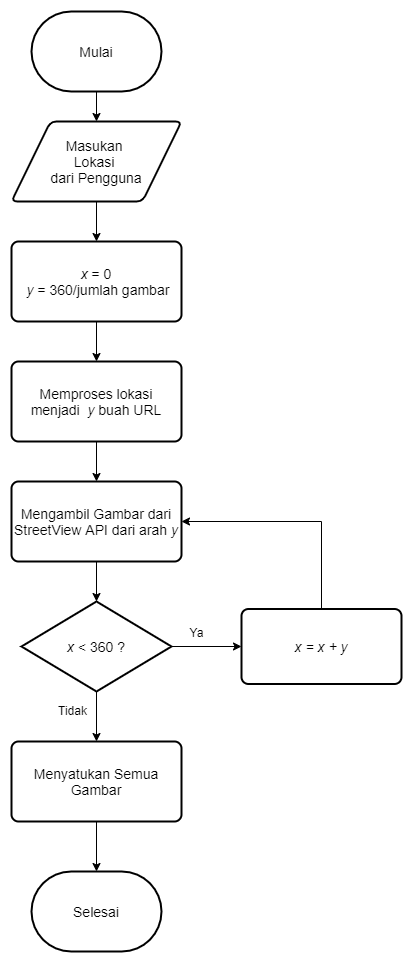
richardwijaya/Skripsi keeps this draw.io diagram as doc/DokumenSkripsi/Gambar/streetview-flowchart.png. Above is the earlier version. Source tidied: cells renumbered, new cells last; positions are measured from the earlier drawing's top-left corner, leaving out a move shared by most shapes.
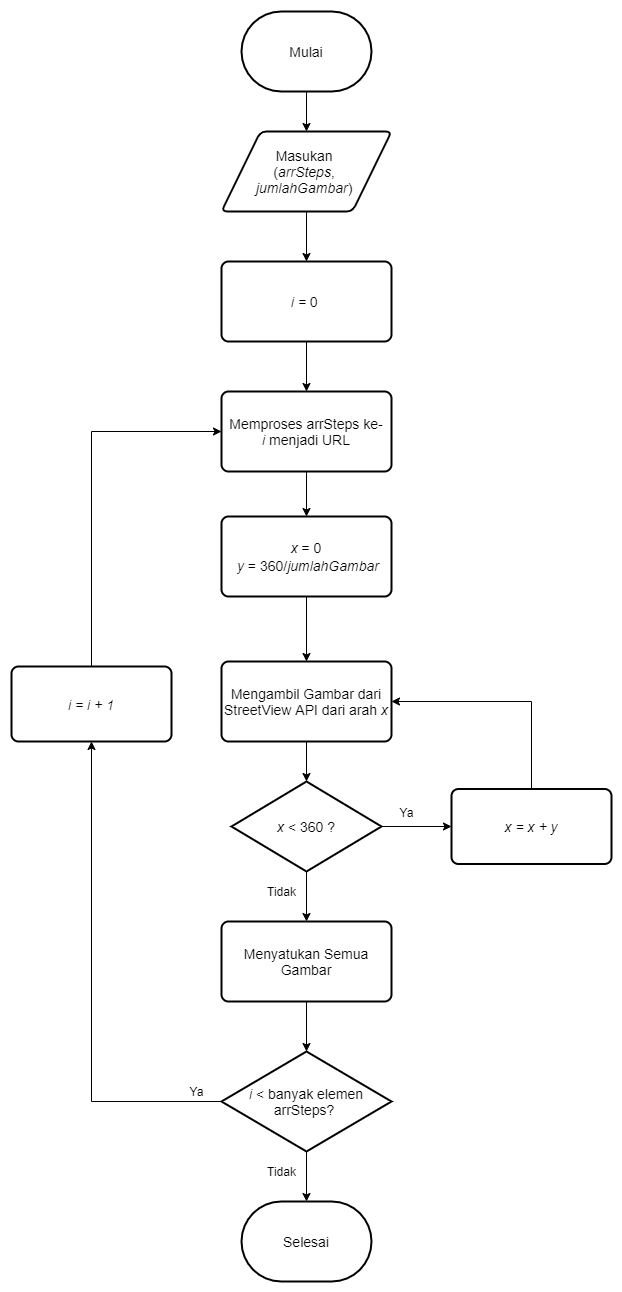
Later version of the same file.

The edit, as a diff of the source:
```diff
@@ -2,69 +2,100 @@
   <root>
     <mxCell id="0" />
     <mxCell id="1" parent="0" />
+    <mxCell id="3" style="edgeStyle=orthogonalEdgeStyle;rounded=0;jettySize=auto;html=1;entryX=0;entryY=0.5;entryDx=0;entryDy=0;" parent="1" edge="1" source="4" target="18">
+      <mxGeometry relative="1" as="geometry" />
+    </mxCell>
     <mxCell id="2" style="edgeStyle=orthogonalEdgeStyle;rounded=0;jettySize=auto;html=1;entryX=0.5;entryY=0;entryDx=0;entryDy=0;" parent="1" edge="1" source="4" target="12">
       <mxGeometry relative="1" as="geometry" />
     </mxCell>
-    <mxCell id="3" style="edgeStyle=orthogonalEdgeStyle;rounded=0;jettySize=auto;html=1;entryX=0;entryY=0.5;entryDx=0;entryDy=0;" parent="1" edge="1" source="4" target="18">
-      <mxGeometry relative="1" as="geometry" />
-    </mxCell>
     <mxCell id="4" value="&lt;font style=&quot;font-size: 14px&quot;&gt;&lt;i&gt;x&lt;/i&gt; &amp;lt; 360 ?&lt;/font&gt;" style="strokeWidth=2;html=1;shape=mxgraph.flowchart.decision;whiteSpace=wrap;" parent="1" vertex="1">
-      <mxGeometry x="10" y="590" width="150" height="90" as="geometry" />
+      <mxGeometry x="10" y="760" width="150" height="90" as="geometry" />
     </mxCell>
     <mxCell id="5" style="edgeStyle=orthogonalEdgeStyle;rounded=0;jettySize=auto;html=1;entryX=0.5;entryY=0;entryDx=0;entryDy=0;" parent="1" edge="1" source="6" target="10">
       <mxGeometry relative="1" as="geometry" />
     </mxCell>
     <mxCell id="6" value="&lt;font style=&quot;font-size: 14px&quot;&gt;Mulai&lt;/font&gt;" style="strokeWidth=2;html=1;shape=mxgraph.flowchart.terminator;whiteSpace=wrap;" parent="1" vertex="1">
-      <mxGeometry x="20" width="130" height="80" as="geometry" />
+      <mxGeometry x="20" y="-10" width="130" height="80" as="geometry" />
     </mxCell>
-    <mxCell id="7" style="edgeStyle=orthogonalEdgeStyle;rounded=0;jettySize=auto;html=1;entryX=0.5;entryY=0;entryDx=0;entryDy=0;" parent="1" edge="1" source="8" target="16">
+    <mxCell id="7" style="edgeStyle=orthogonalEdgeStyle;rounded=0;jettySize=auto;html=1;entryX=0.5;entryY=0;entryDx=0;entryDy=0;" parent="1" edge="1" source="8" target="27">
       <mxGeometry relative="1" as="geometry" />
     </mxCell>
-    <mxCell id="8" value="&lt;font style=&quot;font-size: 14px&quot;&gt;&lt;i&gt;x&lt;/i&gt; = 0&lt;br&gt;&amp;nbsp;&lt;i&gt;y&lt;/i&gt; = 360/jumlah gambar&lt;/font&gt;" style="rounded=1;whiteSpace=wrap;html=1;absoluteArcSize=1;arcSize=14;strokeWidth=2;" parent="1" vertex="1">
-      <mxGeometry y="230" width="170" height="80" as="geometry" />
+    <mxCell id="8" value="&lt;font style=&quot;font-size: 14px&quot;&gt;&lt;i&gt;i&amp;nbsp;= &lt;/i&gt;0&amp;nbsp;&lt;br&gt;&lt;/font&gt;" style="rounded=1;whiteSpace=wrap;html=1;absoluteArcSize=1;arcSize=14;strokeWidth=2;" parent="1" vertex="1">
+      <mxGeometry y="240" width="170" height="80" as="geometry" />
     </mxCell>
     <mxCell id="9" style="edgeStyle=orthogonalEdgeStyle;rounded=0;jettySize=auto;html=1;" parent="1" edge="1" source="10" target="8">
       <mxGeometry relative="1" as="geometry" />
     </mxCell>
-    <mxCell id="10" value="&lt;font style=&quot;font-size: 14px&quot;&gt;Masukan &lt;br&gt;Lokasi &lt;br&gt;dari Pengguna&lt;br&gt;&lt;/font&gt;" style="shape=parallelogram;html=1;strokeWidth=2;perimeter=parallelogramPerimeter;whiteSpace=wrap;rounded=1;arcSize=12;size=0.23;" parent="1" vertex="1">
+    <mxCell id="10" value="&lt;font style=&quot;font-size: 14px&quot;&gt;Masukan &lt;br&gt;(&lt;i&gt;arrSteps&lt;/i&gt;, &lt;br&gt;&lt;i&gt;jumlahGambar&lt;/i&gt;)&amp;nbsp;&lt;br&gt;&lt;/font&gt;" style="shape=parallelogram;html=1;strokeWidth=2;perimeter=parallelogramPerimeter;whiteSpace=wrap;rounded=1;arcSize=12;size=0.23;" parent="1" vertex="1">
       <mxGeometry y="110" width="170" height="80" as="geometry" />
     </mxCell>
-    <mxCell id="11" style="edgeStyle=orthogonalEdgeStyle;rounded=0;jettySize=auto;html=1;entryX=0.5;entryY=0;entryDx=0;entryDy=0;entryPerimeter=0;" parent="1" edge="1" source="12" target="21">
-      <mxGeometry relative="1" as="geometry" />
-    </mxCell>
+    <mxCell id="22" style="edgeStyle=orthogonalEdgeStyle;rounded=0;jettySize=auto;html=1;entryX=0.5;entryY=0;entryDx=0;entryDy=0;entryPerimeter=0;" parent="1" edge="1" source="12" target="25">
+      <mxGeometry relative="1" as="geometry" />
+    </mxCell>
     <mxCell id="12" value="&lt;font style=&quot;font-size: 14px&quot;&gt;Menyatukan Semua Gambar&lt;/font&gt;" style="rounded=1;whiteSpace=wrap;html=1;absoluteArcSize=1;arcSize=14;strokeWidth=2;" parent="1" vertex="1">
-      <mxGeometry y="730" width="170" height="80" as="geometry" />
+      <mxGeometry y="900" width="170" height="80" as="geometry" />
     </mxCell>
     <mxCell id="13" style="edgeStyle=orthogonalEdgeStyle;rounded=0;jettySize=auto;html=1;entryX=0.5;entryY=0;entryDx=0;entryDy=0;entryPerimeter=0;" parent="1" edge="1" source="14" target="4">
       <mxGeometry relative="1" as="geometry" />
     </mxCell>
-    <mxCell id="14" value="&lt;font style=&quot;font-size: 14px&quot;&gt;Mengambil Gambar dari StreetView API dari arah &lt;i&gt;y&lt;/i&gt;&lt;/font&gt;" style="rounded=1;whiteSpace=wrap;html=1;absoluteArcSize=1;arcSize=14;strokeWidth=2;" parent="1" vertex="1">
-      <mxGeometry y="470" width="170" height="80" as="geometry" />
+    <mxCell id="14" value="&lt;font style=&quot;font-size: 14px&quot;&gt;Mengambil Gambar dari StreetView API dari arah &lt;i&gt;x&lt;/i&gt;&lt;/font&gt;" style="rounded=1;whiteSpace=wrap;html=1;absoluteArcSize=1;arcSize=14;strokeWidth=2;" parent="1" vertex="1">
+      <mxGeometry y="640" width="170" height="80" as="geometry" />
     </mxCell>
-    <mxCell id="15" style="edgeStyle=orthogonalEdgeStyle;rounded=0;jettySize=auto;html=1;entryX=0.5;entryY=0;entryDx=0;entryDy=0;" parent="1" edge="1" source="16" target="14">
-      <mxGeometry relative="1" as="geometry" />
-    </mxCell>
-    <mxCell id="16" value="&lt;font style=&quot;font-size: 14px&quot;&gt;Memproses lokasi menjadi&amp;nbsp; &lt;i&gt;y&lt;/i&gt; buah URL&lt;/font&gt;" style="rounded=1;whiteSpace=wrap;html=1;absoluteArcSize=1;arcSize=14;strokeWidth=2;" parent="1" vertex="1">
-      <mxGeometry y="350" width="170" height="80" as="geometry" />
-    </mxCell>
     <mxCell id="17" style="edgeStyle=orthogonalEdgeStyle;rounded=0;jettySize=auto;html=1;entryX=1;entryY=0.5;entryDx=0;entryDy=0;" parent="1" edge="1" source="18" target="14">
       <mxGeometry relative="1" as="geometry">
         <Array as="points">
-          <mxPoint x="310" y="510" />
+          <mxPoint x="310" y="680" />
         </Array>
       </mxGeometry>
     </mxCell>
     <mxCell id="18" value="&lt;span style=&quot;font-size: 14px&quot;&gt;&lt;i&gt;x = x + y&lt;/i&gt;&lt;/span&gt;" style="rounded=1;whiteSpace=wrap;html=1;absoluteArcSize=1;arcSize=14;strokeWidth=2;" parent="1" vertex="1">
-      <mxGeometry x="230" y="597.5" width="160" height="75" as="geometry" />
+      <mxGeometry x="230" y="767.5" width="160" height="75" as="geometry" />
     </mxCell>
     <mxCell id="19" value="Ya" style="text;html=1;align=center;verticalAlign=middle;" parent="1" vertex="1">
-      <mxGeometry x="170" y="611" width="30" height="20" as="geometry" />
+      <mxGeometry x="170" y="781" width="30" height="20" as="geometry" />
     </mxCell>
     <mxCell id="20" value="Tidak" style="text;html=1;align=center;verticalAlign=middle;" parent="1" vertex="1">
-      <mxGeometry x="41" y="689" width="40" height="20" as="geometry" />
+      <mxGeometry x="40" y="860" width="40" height="20" as="geometry" />
     </mxCell>
     <mxCell id="21" value="&lt;font style=&quot;font-size: 14px&quot;&gt;Selesai&lt;/font&gt;" style="strokeWidth=2;html=1;shape=mxgraph.flowchart.terminator;whiteSpace=wrap;" parent="1" vertex="1">
-      <mxGeometry x="20" y="860" width="130" height="80" as="geometry" />
+      <mxGeometry x="20" y="1180" width="130" height="80" as="geometry" />
     </mxCell>
+    <mxCell id="23" style="edgeStyle=orthogonalEdgeStyle;rounded=0;jettySize=auto;html=1;entryX=0.5;entryY=1;entryDx=0;entryDy=0;" parent="1" edge="1" source="25" target="31">
+      <mxGeometry relative="1" as="geometry" />
+    </mxCell>
+    <mxCell id="24" style="edgeStyle=orthogonalEdgeStyle;rounded=0;jettySize=auto;html=1;entryX=0.5;entryY=0;entryDx=0;entryDy=0;entryPerimeter=0;" parent="1" edge="1" source="25" target="21">
+      <mxGeometry relative="1" as="geometry" />
+    </mxCell>
+    <mxCell id="25" value="&lt;span style=&quot;font-size: 14px&quot;&gt;&lt;i&gt;i&lt;/i&gt; &amp;lt; banyak elemen arrSteps?&amp;nbsp;&lt;/span&gt;" style="strokeWidth=2;html=1;shape=mxgraph.flowchart.decision;whiteSpace=wrap;" parent="1" vertex="1">
+      <mxGeometry y="1030" width="170" height="100" as="geometry" />
+    </mxCell>
+    <mxCell id="26" style="edgeStyle=orthogonalEdgeStyle;rounded=0;jettySize=auto;html=1;entryX=0.5;entryY=0;entryDx=0;entryDy=0;" parent="1" edge="1" source="27" target="29">
+      <mxGeometry relative="1" as="geometry" />
+    </mxCell>
+    <mxCell id="27" value="&lt;font style=&quot;font-size: 14px&quot;&gt;Memproses arrSteps ke-&lt;i&gt;i&lt;/i&gt;&amp;nbsp;menjadi URL&lt;/font&gt;" style="rounded=1;whiteSpace=wrap;html=1;absoluteArcSize=1;arcSize=14;strokeWidth=2;" parent="1" vertex="1">
+      <mxGeometry y="370" width="170" height="80" as="geometry" />
+    </mxCell>
+    <mxCell id="28" style="edgeStyle=orthogonalEdgeStyle;rounded=0;jettySize=auto;html=1;" parent="1" edge="1" source="29" target="14">
+      <mxGeometry relative="1" as="geometry" />
+    </mxCell>
+    <mxCell id="29" value="&lt;i style=&quot;font-size: 14px&quot;&gt;x&lt;/i&gt;&lt;span style=&quot;font-size: 14px&quot;&gt;&amp;nbsp;= 0&lt;/span&gt;&lt;br style=&quot;font-size: 14px&quot;&gt;&lt;span style=&quot;font-size: 14px&quot;&gt;&amp;nbsp;&lt;/span&gt;&lt;i style=&quot;font-size: 14px&quot;&gt;y&lt;/i&gt;&lt;span style=&quot;font-size: 14px&quot;&gt;&amp;nbsp;= 360/&lt;/span&gt;&lt;i style=&quot;font-size: 14px&quot;&gt;jumlahGambar&lt;/i&gt;" style="rounded=1;whiteSpace=wrap;html=1;absoluteArcSize=1;arcSize=14;strokeWidth=2;" parent="1" vertex="1">
+      <mxGeometry y="495" width="170" height="80" as="geometry" />
+    </mxCell>
+    <mxCell id="30" style="edgeStyle=orthogonalEdgeStyle;rounded=0;jettySize=auto;html=1;entryX=0;entryY=0.5;entryDx=0;entryDy=0;" parent="1" edge="1" source="31" target="27">
+      <mxGeometry relative="1" as="geometry">
+        <Array as="points">
+          <mxPoint x="-130" y="410" />
+        </Array>
+      </mxGeometry>
+    </mxCell>
+    <mxCell id="31" value="&lt;span style=&quot;font-size: 14px&quot;&gt;&lt;i&gt;i = i + 1&lt;/i&gt;&lt;/span&gt;" style="rounded=1;whiteSpace=wrap;html=1;absoluteArcSize=1;arcSize=14;strokeWidth=2;" parent="1" vertex="1">
+      <mxGeometry x="-210" y="645" width="160" height="75" as="geometry" />
+    </mxCell>
+    <mxCell id="32" value="Ya" style="text;html=1;align=center;verticalAlign=middle;" parent="1" vertex="1">
+      <mxGeometry x="-40" y="1060" width="30" height="20" as="geometry" />
+    </mxCell>
+    <mxCell id="33" value="Tidak" style="text;html=1;align=center;verticalAlign=middle;" parent="1" vertex="1">
+      <mxGeometry x="40" y="1140" width="40" height="20" as="geometry" />
+    </mxCell>
   </root>
 </mxGraphModel>
```
